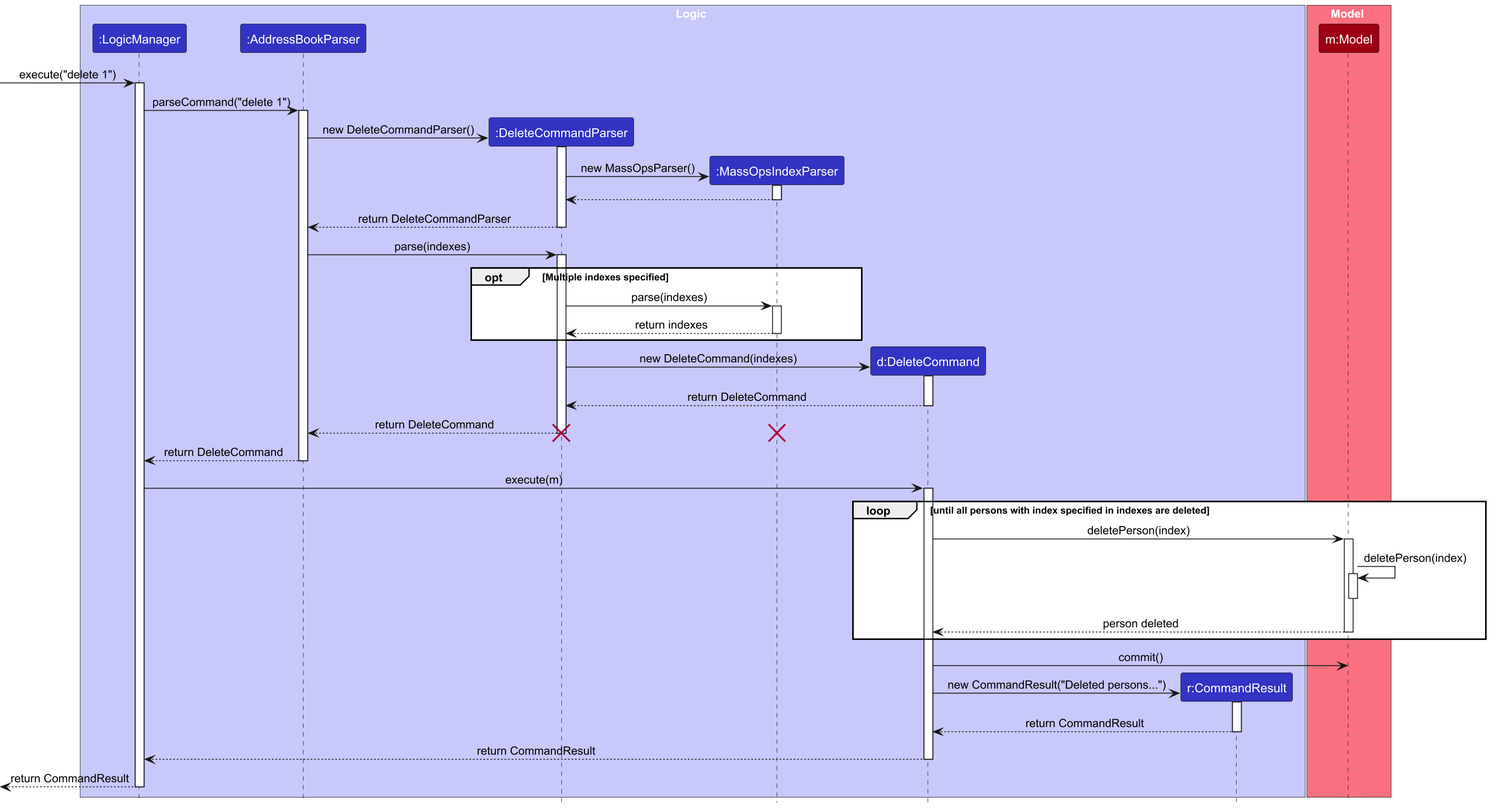
carineang/tp keeps this PlantUML diagram as docs/images/DeleteSequenceDiagram.png. Above is the earlier version.
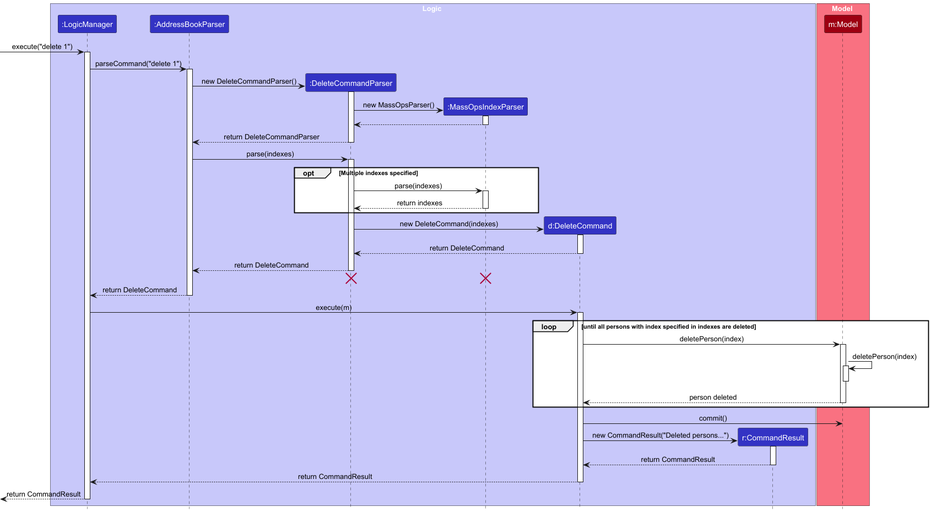
The same file after the commit.

Commit message:
Update delete sequence diagram again

Diff of the diagram source:
```diff
@@ -57,6 +57,8 @@
 
 DeleteCommandParser --> AddressBookParser : return DeleteCommand
 deactivate DeleteCommandParser
+
+DeleteCommandParser -[hidden]-> AddressBookParser
 destroy MassOpsParser
 destroy DeleteCommandParser
 
```
